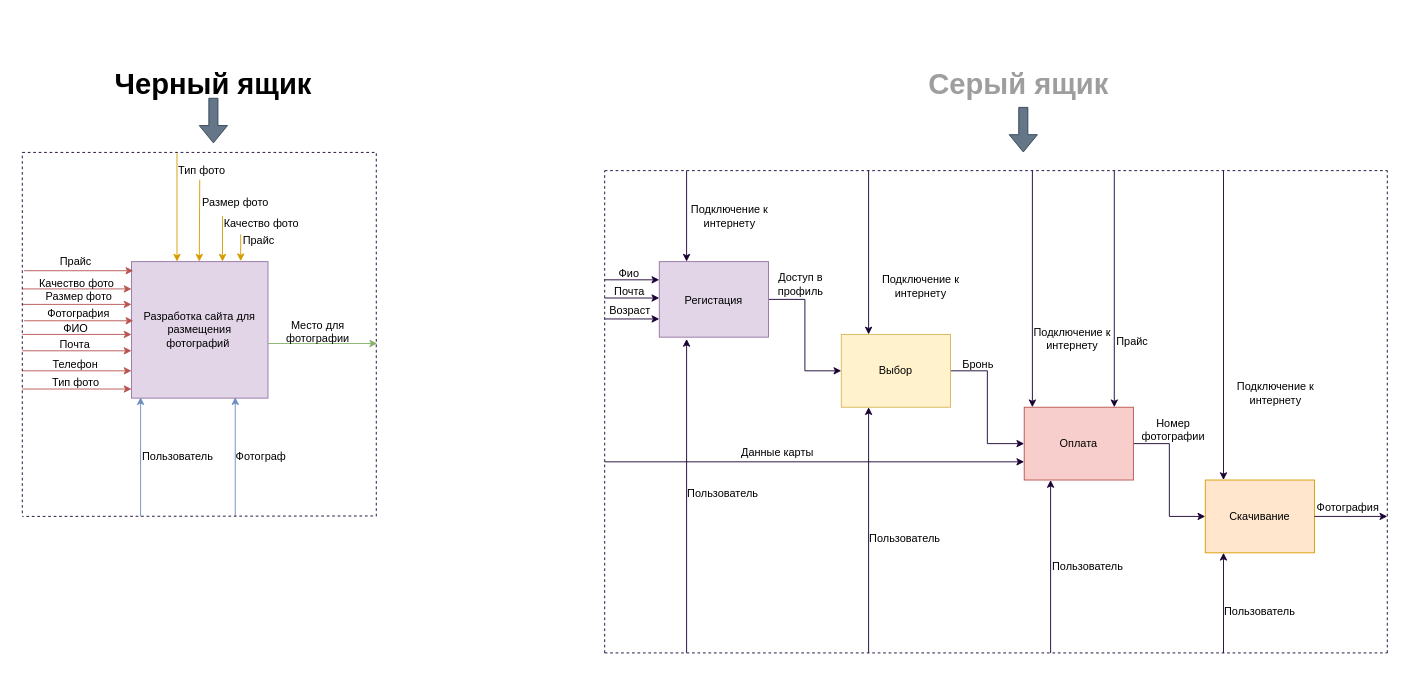
Dok23/XZ keeps this draw.io diagram as DIO2gramma.drawio. Above is the earlier version. Source tidied: cells renumbered, new cells numbered last; positions are measured from the earlier drawing's top-left corner, leaving out a move shared by most shapes. Both pictures are drawn from the tidied source at 91%, with x=0, y=0 at pixel (22, 15).
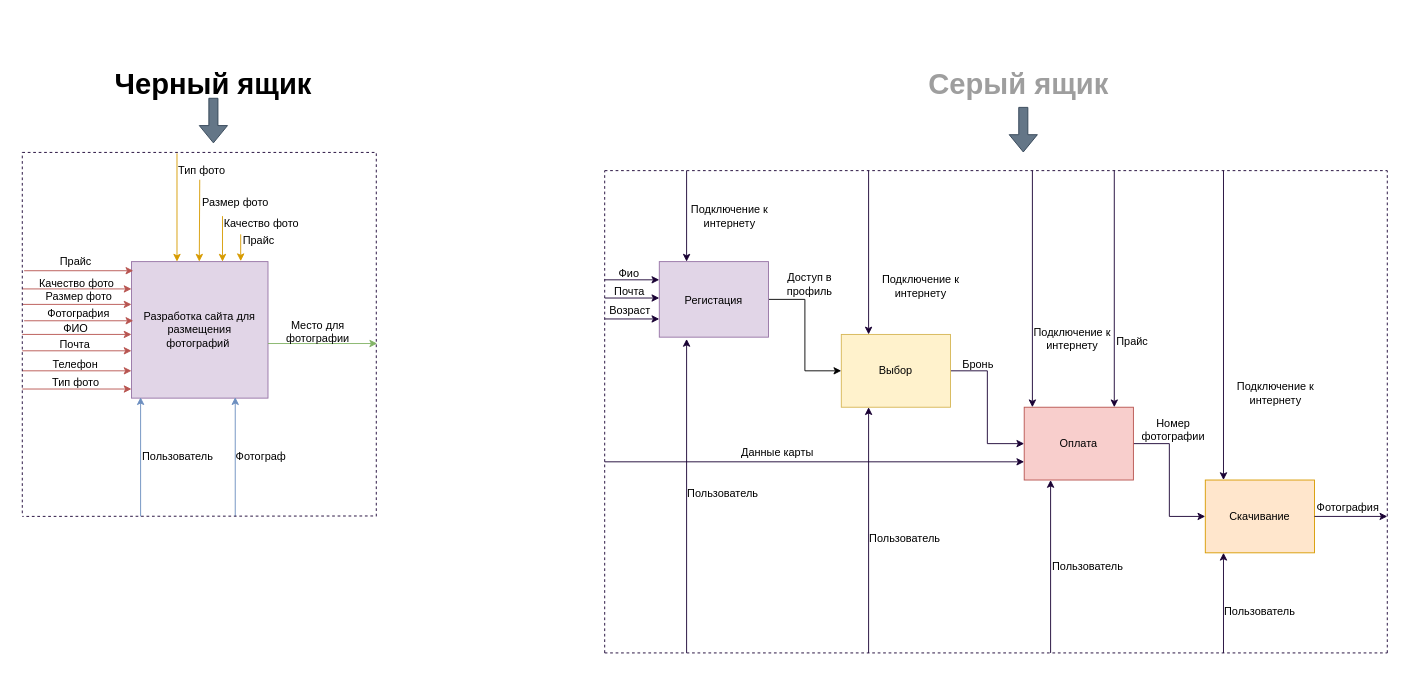
The same diagram, later.

The change refers to these unchanged cells:
```xml
<mxCell id="39" style="rounded=0;whiteSpace=wrap;html=1;fillColor=#fff2cc;strokeColor=#d6b656;" parent="1" vertex="1">
  <mxGeometry x="900" y="350" width="120" height="80" as="geometry" />
</mxCell>
<mxCell id="43" style="rounded=0;whiteSpace=wrap;html=1;fillColor=#e1d5e7;strokeColor=#9673a6;" parent="1" vertex="1">
  <mxGeometry x="700" y="270" width="120" height="83" as="geometry" />
</mxCell>
```

Change to the diagram source:
```diff
@@
-    <mxCell id="42" style="edgeStyle=orthogonalEdgeStyle;rounded=0;jettySize=auto;html=1;exitX=1;exitY=0.5;exitDx=0;exitDy=0;entryX=0;entryY=0.5;entryDx=0;entryDy=0;strokeColor=#190033;" parent="1" edge="1" source="43" target="39">
+    <mxCell id="42" style="edgeStyle=orthogonalEdgeStyle;rounded=0;jettySize=auto;html=1;exitX=1;exitY=0.5;exitDx=0;exitDy=0;entryX=0;entryY=0.5;entryDx=0;entryDy=0;" parent="1" edge="1" source="43" target="39">
       <mxGeometry relative="1" as="geometry" />
     </mxCell>
@@
     <mxCell id="70" value="Доступ в профиль" style="text;html=1;strokeColor=none;fillColor=none;align=center;verticalAlign=middle;whiteSpace=wrap;rounded=0;" parent="1" vertex="1">
-      <mxGeometry x="810" y="283" width="91" height="24" as="geometry" />
+      <mxGeometry x="820" y="283" width="91" height="24" as="geometry" />
     </mxCell>
```
